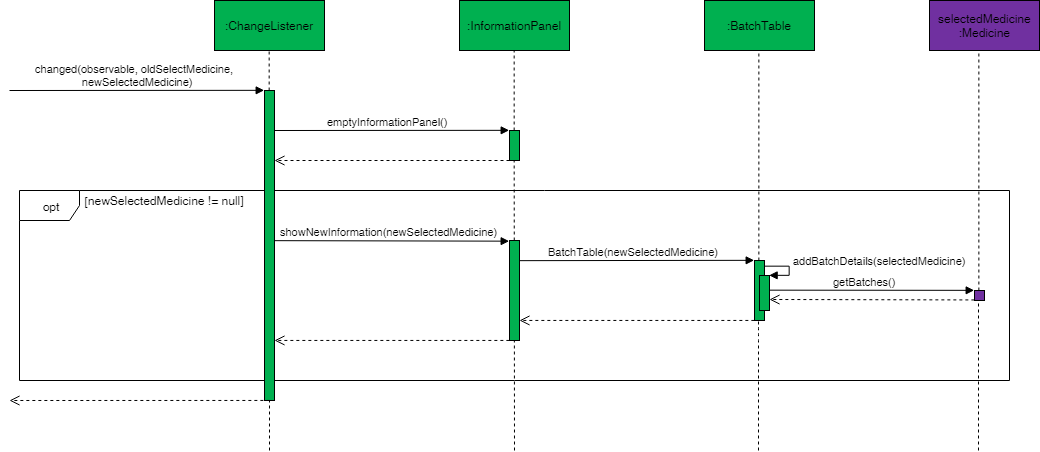
This is docs/images/InformationPanelSequenceDiagram.png from nus-cs2103-AY1819S2/addressbook-level4, a draw.io export, as it was before one commit. Source tidied: cells renumbered, new cells last; positions are measured from the earlier drawing's top-left corner, leaving out a move shared by most shapes.
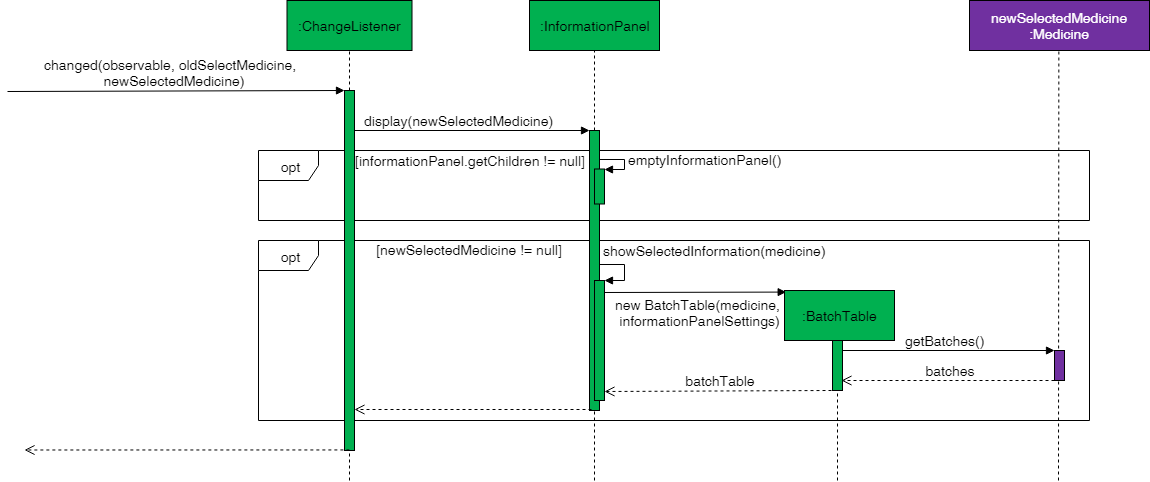
Above is the later version.

Commit message:
Improve InformationPanel section of developers guide

What changed in the source:
```diff
@@ -2,36 +2,51 @@
   <root>
     <mxCell id="0" />
     <mxCell id="1" parent="0" />
-    <mxCell id="2" value="changed(&lt;span&gt;observable&lt;/span&gt;&lt;span&gt;, &lt;/span&gt;&lt;span&gt;oldSelectMedicine&lt;/span&gt;&lt;span&gt;,&lt;br&gt;&amp;nbsp;&amp;nbsp;&lt;/span&gt;&lt;span&gt;newSelectedMedicine)&lt;/span&gt;" style="html=1;verticalAlign=bottom;endArrow=block;entryX=0.003;entryY=-0.001;entryDx=0;entryDy=0;entryPerimeter=0;" parent="1" edge="1" target="6">
-      <mxGeometry x="-0.02" relative="1" as="geometry">
-        <mxPoint y="90" as="sourcePoint" />
-        <mxPoint x="1" as="offset" />
-      </mxGeometry>
-    </mxCell>
+    <mxCell id="34" style="endArrow=none;dashed=1;html=1;" parent="1" edge="1">
+      <mxGeometry relative="1" as="geometry">
+        <mxPoint x="748" y="480" as="sourcePoint" />
+        <mxPoint x="748" y="370" as="targetPoint" />
+      </mxGeometry>
+    </mxCell>
+    <mxCell id="35" value="&lt;font style=&quot;font-size: 14px&quot;&gt;opt&lt;/font&gt;" style="shape=umlFrame;whiteSpace=wrap;html=1;" parent="1" vertex="1">
+      <mxGeometry x="169" y="240" width="831" height="180" as="geometry" />
+    </mxCell>
+    <mxCell id="24" value="getBatches()" style="html=1;verticalAlign=bottom;endArrow=block;fontSize=14;entryX=-0.041;entryY=-0.005;entryDx=0;entryDy=0;entryPerimeter=0;exitX=1.044;exitY=0.531;exitDx=0;exitDy=0;exitPerimeter=0;" parent="1" edge="1" source="21" target="27">
+      <mxGeometry x="-0.03" relative="1" as="geometry" />
+    </mxCell>
+    <mxCell id="21" style="html=1;points=[];perimeter=orthogonalPerimeter;fillColor=#00B050;" parent="1" vertex="1">
+      <mxGeometry x="743" y="305" width="10" height="85" as="geometry" />
+    </mxCell>
-    <mxCell id="3" value="opt" style="shape=umlFrame;whiteSpace=wrap;html=1;" parent="1" vertex="1">
-      <mxGeometry x="10" y="190" width="990" height="190" as="geometry" />
+    <mxCell id="3" value="&lt;font style=&quot;font-size: 14px&quot;&gt;opt&lt;/font&gt;" style="shape=umlFrame;whiteSpace=wrap;html=1;" parent="1" vertex="1">
+      <mxGeometry x="169" y="150" width="831" height="70" as="geometry" />
     </mxCell>
-    <mxCell id="4" value=":ChangeListener&lt;br&gt;" style="html=1;fillColor=#00b050;" parent="1" vertex="1">
-      <mxGeometry x="205" width="110" height="50" as="geometry" />
+    <mxCell id="4" value=":ChangeListener&lt;br style=&quot;font-size: 14px;&quot;&gt;" style="html=1;fillColor=#00b050;fontSize=14;" parent="1" vertex="1">
+      <mxGeometry x="197.5" width="125" height="50" as="geometry" />
     </mxCell>
     <mxCell id="5" style="endArrow=none;dashed=1;html=1;entryX=0.5;entryY=1;entryDx=0;entryDy=0;" parent="1" edge="1" source="6" target="4">
       <mxGeometry relative="1" as="geometry" />
     </mxCell>
     <mxCell id="6" style="html=1;points=[];perimeter=orthogonalPerimeter;fillColor=#00B050;" parent="1" vertex="1">
-      <mxGeometry x="255" y="90" width="10" height="310" as="geometry" />
+      <mxGeometry x="255" y="90" width="10" height="360" as="geometry" />
     </mxCell>
     <mxCell id="7" style="endArrow=none;dashed=1;html=1;" parent="1" edge="1" target="6">
       <mxGeometry relative="1" as="geometry">
-        <mxPoint x="260" y="450" as="sourcePoint" />
+        <mxPoint x="260" y="480" as="sourcePoint" />
       </mxGeometry>
     </mxCell>
+    <mxCell id="2" value="changed(&lt;span style=&quot;font-size: 14px&quot;&gt;observable&lt;/span&gt;&lt;span style=&quot;font-size: 14px&quot;&gt;, &lt;/span&gt;&lt;span style=&quot;font-size: 14px&quot;&gt;oldSelectMedicine&lt;/span&gt;&lt;span style=&quot;font-size: 14px&quot;&gt;,&lt;br&gt;&amp;nbsp;&amp;nbsp;&lt;/span&gt;&lt;span style=&quot;font-size: 14px&quot;&gt;newSelectedMedicine)&lt;/span&gt;" style="html=1;verticalAlign=bottom;endArrow=block;entryX=-0.029;entryY=0;entryDx=0;entryDy=0;entryPerimeter=0;fontSize=14;" parent="1" edge="1" target="6">
+      <mxGeometry x="-0.03" y="1" relative="1" as="geometry">
+        <mxPoint x="-82" y="91" as="sourcePoint" />
+      </mxGeometry>
+    </mxCell>
-    <mxCell id="8" value="emptyInformationPanel()" style="html=1;verticalAlign=bottom;endArrow=block;entryX=0;entryY=0;entryDx=0;entryDy=0;entryPerimeter=0;" parent="1" edge="1" target="16">
-      <mxGeometry x="-0.04" relative="1" as="geometry">
+    <mxCell id="8" value="display(newSelectedMedicine)" style="html=1;verticalAlign=bottom;endArrow=block;entryX=-0.002;entryY=-0.002;entryDx=0;entryDy=0;entryPerimeter=0;fontSize=14;" parent="1" edge="1" target="11">
+      <mxGeometry x="-0.11" relative="1" as="geometry">
         <mxPoint x="265" y="130" as="sourcePoint" />
+        <mxPoint x="-1" as="offset" />
       </mxGeometry>
     </mxCell>
-    <mxCell id="9" value=":InformationPanel&lt;br&gt;" style="html=1;fillColor=#00B050;" parent="1" vertex="1">
-      <mxGeometry x="450" width="110" height="50" as="geometry" />
+    <mxCell id="9" value=":InformationPanel&lt;br style=&quot;font-size: 14px;&quot;&gt;" style="html=1;fillColor=#00B050;fontSize=14;" parent="1" vertex="1">
+      <mxGeometry x="440" width="130" height="50" as="geometry" />
     </mxCell>
     <mxCell id="10" style="endArrow=none;dashed=1;html=1;entryX=0.5;entryY=1;entryDx=0;entryDy=0;" parent="1" edge="1" source="11" target="9">
       <mxGeometry relative="1" as="geometry" />
@@ -41,112 +56,84 @@
     </mxCell>
     <mxCell id="12" style="endArrow=none;dashed=1;html=1;entryX=0.5;entryY=1;entryDx=0;entryDy=0;" parent="1" edge="1" target="11">
       <mxGeometry relative="1" as="geometry">
-        <mxPoint x="505" y="450" as="sourcePoint" />
+        <mxPoint x="505" y="480" as="sourcePoint" />
       </mxGeometry>
     </mxCell>
-    <mxCell id="13" style="html=1;verticalAlign=bottom;endArrow=open;dashed=1;endSize=8;" parent="1" edge="1" target="6">
-      <mxGeometry relative="1" as="geometry">
-        <mxPoint x="500" y="160" as="sourcePoint" />
-      </mxGeometry>
-    </mxCell>
-    <mxCell id="14" value="showNewInformation(newSelectedMedicine)" style="html=1;verticalAlign=bottom;endArrow=block;exitX=1.018;exitY=0.153;exitDx=0;exitDy=0;exitPerimeter=0;entryX=0.002;entryY=0.004;entryDx=0;entryDy=0;entryPerimeter=0;" parent="1" edge="1" target="15">
-      <mxGeometry x="-0.02" relative="1" as="geometry">
-        <mxPoint x="265.2" y="240.2" as="sourcePoint" />
-      </mxGeometry>
-    </mxCell>
-    <mxCell id="15" style="html=1;points=[];perimeter=orthogonalPerimeter;fillColor=#00B050;" parent="1" vertex="1">
-      <mxGeometry x="500" y="240" width="10" height="100" as="geometry" />
-    </mxCell>
+    <mxCell id="33" value="[newSelectedMedicine != null]" style="text;html=1;strokeColor=none;fillColor=none;align=center;verticalAlign=middle;whiteSpace=wrap;rounded=0;fontSize=14;" parent="1" vertex="1">
+      <mxGeometry x="279" y="239" width="200" height="20" as="geometry" />
+    </mxCell>
     <mxCell id="16" style="html=1;points=[];perimeter=orthogonalPerimeter;fillColor=#00B050;" parent="1" vertex="1">
-      <mxGeometry x="500" y="130" width="10" height="30" as="geometry" />
+      <mxGeometry x="500" y="130" width="10" height="280" as="geometry" />
     </mxCell>
-    <mxCell id="17" value=":BatchTable&lt;br&gt;" style="html=1;fillColor=#00B050;" parent="1" vertex="1">
-      <mxGeometry x="695" width="110" height="50" as="geometry" />
-    </mxCell>
-    <mxCell id="18" style="endArrow=none;dashed=1;html=1;entryX=0.5;entryY=1;entryDx=0;entryDy=0;" parent="1" edge="1">
-      <mxGeometry relative="1" as="geometry">
-        <mxPoint x="749.4" y="260" as="sourcePoint" />
-        <mxPoint x="749.4" y="50.1" as="targetPoint" />
-      </mxGeometry>
-    </mxCell>
-    <mxCell id="19" style="endArrow=none;dashed=1;html=1;" parent="1" edge="1" target="21">
-      <mxGeometry relative="1" as="geometry">
-        <mxPoint x="749" y="450" as="sourcePoint" />
-        <Array as="points">
-          <mxPoint x="749" y="330" />
-        </Array>
-      </mxGeometry>
-    </mxCell>
-    <mxCell id="20" value="BatchTable(newSelectedMedicine)" style="html=1;verticalAlign=bottom;endArrow=block;exitX=1.018;exitY=0.153;exitDx=0;exitDy=0;exitPerimeter=0;entryX=-0.005;entryY=0.004;entryDx=0;entryDy=0;entryPerimeter=0;" parent="1" edge="1" target="21">
-      <mxGeometry x="-0.02" relative="1" as="geometry">
-        <mxPoint x="510.2" y="260.2" as="sourcePoint" />
+    <mxCell id="20" value="new BatchTable(medicine, &lt;br style=&quot;font-size: 14px;&quot;&gt;informationPanelSettings)" style="html=1;verticalAlign=bottom;endArrow=block;fontSize=14;entryX=-0.001;entryY=-0.006;entryDx=0;entryDy=0;entryPerimeter=0;" parent="1" edge="1">
+      <mxGeometry x="0.06" y="-38" relative="1" as="geometry">
+        <mxPoint x="512" y="292" as="sourcePoint" />
+        <mxPoint x="696.7" y="291.6" as="targetPoint" />
       </mxGeometry>
     </mxCell>
-    <mxCell id="21" style="html=1;points=[];perimeter=orthogonalPerimeter;fillColor=#00B050;" parent="1" vertex="1">
-      <mxGeometry x="745" y="260" width="10" height="60" as="geometry" />
-    </mxCell>
-    <mxCell id="22" style="html=1;points=[];perimeter=orthogonalPerimeter;fillColor=#00B050;" parent="1" vertex="1">
-      <mxGeometry x="750" y="275" width="10" height="35" as="geometry" />
-    </mxCell>
-    <mxCell id="23" value="addBatchDetails(&lt;span&gt;selectedMedicine&lt;/span&gt;)&lt;br&gt;" style="edgeStyle=orthogonalEdgeStyle;html=1;align=left;spacingLeft=2;endArrow=block;rounded=0;entryX=1;entryY=0;exitX=0.993;exitY=0.091;exitDx=0;exitDy=0;exitPerimeter=0;" parent="1" edge="1" source="21" target="22">
-      <mxGeometry x="-0.08" y="5" relative="1" as="geometry">
-        <Array as="points">
-          <mxPoint x="780" y="265" />
-          <mxPoint x="780" y="275" />
-        </Array>
-        <mxPoint x="-5" y="-5" as="offset" />
-      </mxGeometry>
-    </mxCell>
-    <mxCell id="24" value="getBatches()" style="html=1;verticalAlign=bottom;endArrow=block;exitX=1.018;exitY=0.153;exitDx=0;exitDy=0;exitPerimeter=0;entryX=-0.004;entryY=0;entryDx=0;entryDy=0;entryPerimeter=0;" parent="1" edge="1" target="27">
-      <mxGeometry x="-0.07" relative="1" as="geometry">
-        <mxPoint x="760.2" y="289.7" as="sourcePoint" />
-      </mxGeometry>
-    </mxCell>
+    <mxCell id="36" value="&lt;span style=&quot;font-size: 14px&quot;&gt;newSelectedMedicine&lt;br&gt;&lt;/span&gt;:Medicine&lt;br style=&quot;font-size: 14px&quot;&gt;" style="html=1;fillColor=#7030A0;fontSize=14;fontColor=#FFFFFF;" parent="1" vertex="1">
+      <mxGeometry x="880" width="180" height="50" as="geometry" />
+    </mxCell>
-    <mxCell id="25" style="endArrow=none;dashed=1;html=1;entryX=0.5;entryY=1;entryDx=0;entryDy=0;" parent="1" edge="1" source="27">
+    <mxCell id="25" style="endArrow=none;dashed=1;html=1;entryX=0.5;entryY=1;entryDx=0;entryDy=0;" parent="1" edge="1">
       <mxGeometry relative="1" as="geometry">
+        <mxPoint x="969" y="480" as="sourcePoint" />
         <mxPoint x="969.4" y="50.1" as="targetPoint" />
       </mxGeometry>
     </mxCell>
-    <mxCell id="26" style="endArrow=none;dashed=1;html=1;" parent="1" edge="1" target="27">
-      <mxGeometry relative="1" as="geometry">
-        <mxPoint x="969" y="450" as="sourcePoint" />
-        <Array as="points">
-          <mxPoint x="969" y="330" />
-        </Array>
-      </mxGeometry>
-    </mxCell>
     <mxCell id="27" style="html=1;points=[];perimeter=orthogonalPerimeter;fillColor=#7030a0;" parent="1" vertex="1">
-      <mxGeometry x="965" y="290" width="10" height="10" as="geometry" />
+      <mxGeometry x="965" y="350" width="10" height="30" as="geometry" />
     </mxCell>
-    <mxCell id="28" style="html=1;verticalAlign=bottom;endArrow=open;dashed=1;endSize=8;exitX=0.029;exitY=0.517;exitDx=0;exitDy=0;exitPerimeter=0;" parent="1" edge="1">
-      <mxGeometry relative="1" as="geometry">
-        <mxPoint x="499.9" y="340" as="sourcePoint" />
-        <mxPoint x="265" y="340" as="targetPoint" />
-      </mxGeometry>
+    <mxCell id="28" style="html=1;verticalAlign=bottom;endArrow=open;dashed=1;endSize=8;exitX=0.161;exitY=0.998;exitDx=0;exitDy=0;exitPerimeter=0;" parent="1" edge="1" source="16" target="6">
+      <mxGeometry relative="1" as="geometry" />
     </mxCell>
     <mxCell id="29" style="html=1;verticalAlign=bottom;endArrow=open;dashed=1;endSize=8;exitX=0.029;exitY=0.517;exitDx=0;exitDy=0;exitPerimeter=0;" parent="1" edge="1">
       <mxGeometry relative="1" as="geometry">
-        <mxPoint x="259.9" y="400" as="sourcePoint" />
-        <mxPoint y="400" as="targetPoint" />
+        <mxPoint x="259.9" y="449.5" as="sourcePoint" />
+        <mxPoint x="-65" y="449.5" as="targetPoint" />
       </mxGeometry>
     </mxCell>
-    <mxCell id="30" value="selectedMedicine&lt;br&gt;:Medicine&lt;br&gt;" style="html=1;fillColor=#7030A0;" parent="1" vertex="1">
-      <mxGeometry x="920" width="110" height="50" as="geometry" />
-    </mxCell>
-    <mxCell id="31" style="html=1;verticalAlign=bottom;endArrow=open;dashed=1;endSize=8;exitX=0.029;exitY=0.517;exitDx=0;exitDy=0;exitPerimeter=0;" parent="1" edge="1">
-      <mxGeometry relative="1" as="geometry">
-        <mxPoint x="744.9" y="320" as="sourcePoint" />
-        <mxPoint x="510" y="320" as="targetPoint" />
-      </mxGeometry>
-    </mxCell>
-    <mxCell id="32" style="html=1;verticalAlign=bottom;endArrow=open;dashed=1;endSize=8;exitX=0.029;exitY=0.517;exitDx=0;exitDy=0;exitPerimeter=0;" parent="1" edge="1">
-      <mxGeometry relative="1" as="geometry">
-        <mxPoint x="964.9" y="299.5" as="sourcePoint" />
-        <mxPoint x="760" y="299" as="targetPoint" />
-      </mxGeometry>
-    </mxCell>
-    <mxCell id="33" value="[newSelectedMedicine != null]" style="text;html=1;strokeColor=none;fillColor=none;align=center;verticalAlign=middle;whiteSpace=wrap;rounded=0;" parent="1" vertex="1">
-      <mxGeometry x="55" y="190" width="200" height="20" as="geometry" />
-    </mxCell>
+    <mxCell id="37" value="&lt;font style=&quot;font-size: 14px&quot;&gt;[informationPanel.getChildren != null]&lt;/font&gt;" style="text;html=1;strokeColor=none;fillColor=none;align=center;verticalAlign=middle;whiteSpace=wrap;rounded=0;fontSize=14;" parent="1" vertex="1">
+      <mxGeometry x="263" y="150" width="235" height="20" as="geometry" />
+    </mxCell>
+    <mxCell id="38" style="html=1;points=[];perimeter=orthogonalPerimeter;fillColor=#00B050;" parent="1" vertex="1">
+      <mxGeometry x="505" y="168.5" width="10" height="35" as="geometry" />
+    </mxCell>
+    <mxCell id="39" value="emptyInformationPanel()&lt;br style=&quot;font-size: 14px;&quot;&gt;" style="edgeStyle=orthogonalEdgeStyle;html=1;align=left;spacingLeft=2;endArrow=block;rounded=0;entryX=1;entryY=0;exitX=0.993;exitY=0.091;exitDx=0;exitDy=0;exitPerimeter=0;fontSize=14;" parent="1" edge="1" target="38">
+      <mxGeometry x="-0.08" relative="1" as="geometry">
+        <mxPoint x="509.7" y="159.2" as="sourcePoint" />
+        <Array as="points">
+          <mxPoint x="535" y="158.5" />
+          <mxPoint x="535" y="168.5" />
+        </Array>
+      </mxGeometry>
+    </mxCell>
+    <mxCell id="40" style="html=1;points=[];perimeter=orthogonalPerimeter;fillColor=#00B050;" parent="1" vertex="1">
+      <mxGeometry x="505" y="280" width="10" height="120" as="geometry" />
+    </mxCell>
+    <mxCell id="41" value="showSelectedInformation(medicine)&lt;br style=&quot;font-size: 14px;&quot;&gt;" style="edgeStyle=orthogonalEdgeStyle;html=1;align=left;spacingLeft=2;endArrow=block;rounded=0;entryX=1;entryY=0;exitX=0.993;exitY=0.091;exitDx=0;exitDy=0;exitPerimeter=0;fontSize=14;" parent="1" edge="1" target="40">
+      <mxGeometry x="-0.18" y="-29" relative="1" as="geometry">
+        <mxPoint x="509.7" y="263.5" as="sourcePoint" />
+        <Array as="points">
+          <mxPoint x="535" y="264" />
+          <mxPoint x="535" y="280" />
+        </Array>
+        <mxPoint x="4" y="-14" as="offset" />
+      </mxGeometry>
+    </mxCell>
+    <mxCell id="42" style="html=1;verticalAlign=bottom;endArrow=open;dashed=1;endSize=8;entryX=0.942;entryY=0.883;entryDx=0;entryDy=0;entryPerimeter=0;exitX=0.04;exitY=0.991;exitDx=0;exitDy=0;exitPerimeter=0;" parent="1" edge="1" source="27" target="21">
+      <mxGeometry relative="1" as="geometry" />
+    </mxCell>
+    <mxCell id="43" style="html=1;verticalAlign=bottom;endArrow=open;dashed=1;endSize=8;exitX=-0.051;exitY=0.996;exitDx=0;exitDy=0;exitPerimeter=0;entryX=0.993;entryY=0.921;entryDx=0;entryDy=0;entryPerimeter=0;" parent="1" edge="1" source="21" target="40">
+      <mxGeometry relative="1" as="geometry" />
+    </mxCell>
+    <mxCell id="17" value=":BatchTable&lt;br style=&quot;font-size: 14px;&quot;&gt;" style="html=1;fillColor=#00B050;fontSize=14;" parent="1" vertex="1">
+      <mxGeometry x="695" y="290" width="110" height="50" as="geometry" />
+    </mxCell>
+    <mxCell id="44" value="&lt;font color=&quot;#000000&quot;&gt;batches&lt;/font&gt;" style="text;html=1;strokeColor=none;fillColor=none;align=center;verticalAlign=middle;whiteSpace=wrap;rounded=0;fontSize=14;fontColor=#FFFFFF;" parent="1" vertex="1">
+      <mxGeometry x="840" y="360" width="40" height="20" as="geometry" />
+    </mxCell>
+    <mxCell id="45" value="&lt;font color=&quot;#000000&quot;&gt;batchTable&lt;/font&gt;" style="text;html=1;strokeColor=none;fillColor=none;align=center;verticalAlign=middle;whiteSpace=wrap;rounded=0;fontSize=14;fontColor=#FFFFFF;" parent="1" vertex="1">
+      <mxGeometry x="610" y="370" width="40" height="20" as="geometry" />
+    </mxCell>
   </root>
 </mxGraphModel>
```
